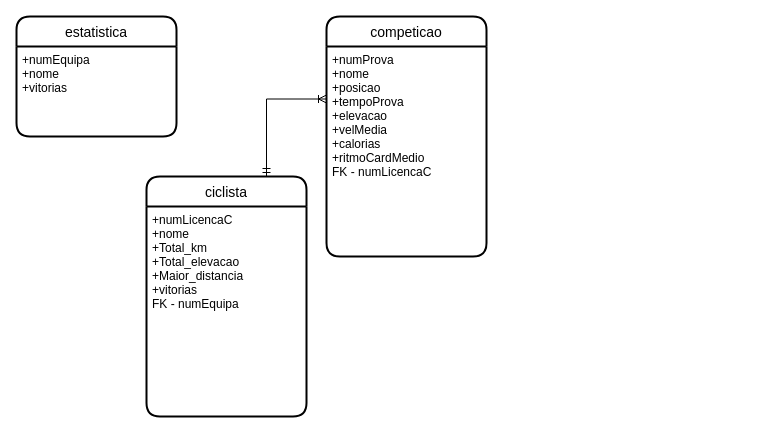
AlexandrePSantos/BD-Gestao_Equipa_de_Ciclistas keeps this draw.io diagram as er.drawio. Above is the earlier version. Source tidied: cells renumbered, new cells numbered last; positions are measured from the earlier drawing's top-left corner, leaving out a move shared by most shapes. Both pictures are drawn from the tidied source at 100%, with x=0, y=0 at pixel (16, 16).
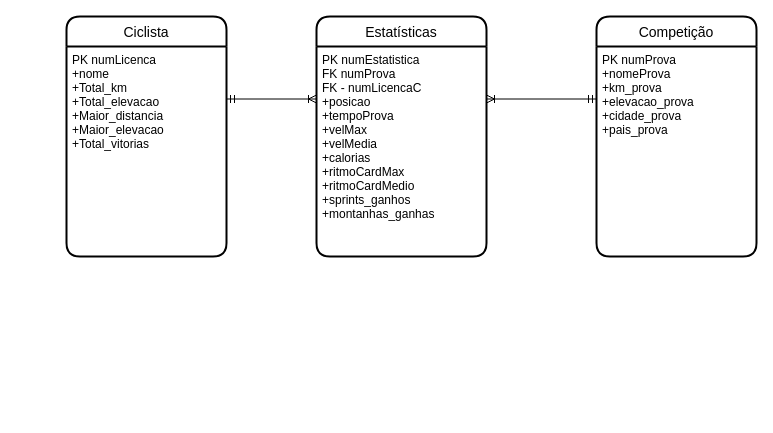
The same diagram, later.

The edit, as a diff of the source:
```diff
@@
 <mxGraphModel>
   <root>
     <mxCell id="0" />
     <mxCell id="1" parent="0" />
-    <mxCell id="2" value="estatistica" style="swimlane;horizontal=1;startSize=30;rounded=1;fontSize=14;fontStyle=0;strokeWidth=2;shadow=0;dashed=0;align=center;" parent="1" vertex="1">
-      <mxGeometry width="160" height="120" as="geometry" />
+    <mxCell id="2" value="Estatísticas" style="swimlane;horizontal=1;startSize=30;rounded=1;fontSize=14;fontStyle=0;strokeWidth=2;shadow=0;dashed=0;align=center;" parent="1" vertex="1">
+      <mxGeometry x="300" width="170" height="240" as="geometry" />
     </mxCell>
-    <mxCell id="3" value="+numEquipa&#10;+nome&#10;+vitorias" style="align=left;strokeColor=none;fillColor=none;spacingLeft=4;fontSize=12;verticalAlign=top;" parent="2" vertex="1">
-      <mxGeometry y="30" width="160" height="90" as="geometry" />
+    <mxCell id="3" value="PK numEstatistica&#10;FK numProva&#10;FK - numLicencaC&#10;+posicao&#10;+tempoProva&#10;+velMax&#10;+velMedia&#10;+calorias&#10;+ritmoCardMax&#10;+ritmoCardMedio&#10;+sprints_ganhos&#10;+montanhas_ganhas&#10;&#10;" style="align=left;strokeColor=none;fillColor=none;spacingLeft=4;fontSize=12;verticalAlign=top;" parent="2" vertex="1">
+      <mxGeometry y="30" width="170" height="210" as="geometry" />
     </mxCell>
+    <mxCell id="9" style="edgeStyle=orthogonalEdgeStyle;rounded=0;jettySize=auto;html=1;startArrow=ERoneToMany;startFill=0;endArrow=ERmandOne;endFill=0;exitX=1;exitY=0.25;exitDx=0;exitDy=0;entryX=0;entryY=0.25;entryDx=0;entryDy=0;" parent="1" edge="1" source="3" target="8">
+      <mxGeometry relative="1" as="geometry" />
+    </mxCell>
-    <mxCell id="4" style="edgeStyle=orthogonalEdgeStyle;rounded=0;jettySize=auto;html=1;exitX=0.75;exitY=0;exitDx=0;exitDy=0;entryX=0;entryY=0.25;entryDx=0;entryDy=0;startArrow=ERmandOne;startFill=0;endArrow=ERoneToMany;endFill=0;" parent="1" edge="1" source="5" target="8">
+    <mxCell id="4" style="edgeStyle=orthogonalEdgeStyle;rounded=0;jettySize=auto;html=1;exitX=1;exitY=0.25;exitDx=0;exitDy=0;startArrow=ERmandOne;startFill=0;endArrow=ERoneToMany;endFill=0;entryX=0;entryY=0.25;entryDx=0;entryDy=0;" parent="1" edge="1" source="6" target="3">
       <mxGeometry relative="1" as="geometry" />
     </mxCell>
-    <mxCell id="5" value="ciclista" style="swimlane;horizontal=1;startSize=30;rounded=1;fontSize=14;fontStyle=0;strokeWidth=2;shadow=0;dashed=0;align=center;" parent="1" vertex="1">
-      <mxGeometry x="130" y="160" width="160" height="240" as="geometry" />
+    <mxCell id="5" value="Ciclista" style="swimlane;horizontal=1;startSize=30;rounded=1;fontSize=14;fontStyle=0;strokeWidth=2;shadow=0;dashed=0;align=center;" parent="1" vertex="1">
+      <mxGeometry x="50" width="160" height="240" as="geometry" />
     </mxCell>
-    <mxCell id="6" value="+numLicencaC&#10;+nome&#10;+Total_km&#10;+Total_elevacao&#10;+Maior_distancia&#10;+vitorias&#10;FK - numEquipa" style="align=left;strokeColor=none;fillColor=none;spacingLeft=4;fontSize=12;verticalAlign=top;" parent="5" vertex="1">
+    <mxCell id="6" value="PK numLicenca&#10;+nome&#10;+Total_km&#10;+Total_elevacao&#10;+Maior_distancia&#10;+Maior_elevacao&#10;+Total_vitorias" style="align=left;strokeColor=none;fillColor=none;spacingLeft=4;fontSize=12;verticalAlign=top;" parent="5" vertex="1">
       <mxGeometry y="30" width="160" height="210" as="geometry" />
     </mxCell>
-    <mxCell id="7" value="competicao" style="swimlane;horizontal=1;startSize=30;rounded=1;fontSize=14;fontStyle=0;strokeWidth=2;shadow=0;dashed=0;align=center;" parent="1" vertex="1">
-      <mxGeometry x="310" width="160" height="240" as="geometry" />
+    <mxCell id="7" value="Competição" style="swimlane;horizontal=1;startSize=30;rounded=1;fontSize=14;fontStyle=0;strokeWidth=2;shadow=0;dashed=0;align=center;" parent="1" vertex="1">
+      <mxGeometry x="580" width="160" height="240" as="geometry" />
     </mxCell>
-    <mxCell id="8" value="+numProva&#10;+nome&#10;+posicao&#10;+tempoProva&#10;+elevacao&#10;+velMedia&#10;+calorias&#10;+ritmoCardMedio&#10;FK - numLicencaC" style="align=left;strokeColor=none;fillColor=none;spacingLeft=4;fontSize=12;verticalAlign=top;" parent="7" vertex="1">
+    <mxCell id="8" value="PK numProva&#10;+nomeProva&#10;+km_prova&#10;+elevacao_prova&#10;+cidade_prova&#10;+pais_prova&#10;" style="align=left;strokeColor=none;fillColor=none;spacingLeft=4;fontSize=12;verticalAlign=top;" parent="7" vertex="1">
       <mxGeometry y="30" width="160" height="210" as="geometry" />
     </mxCell>
   </root>
 </mxGraphModel>
```
